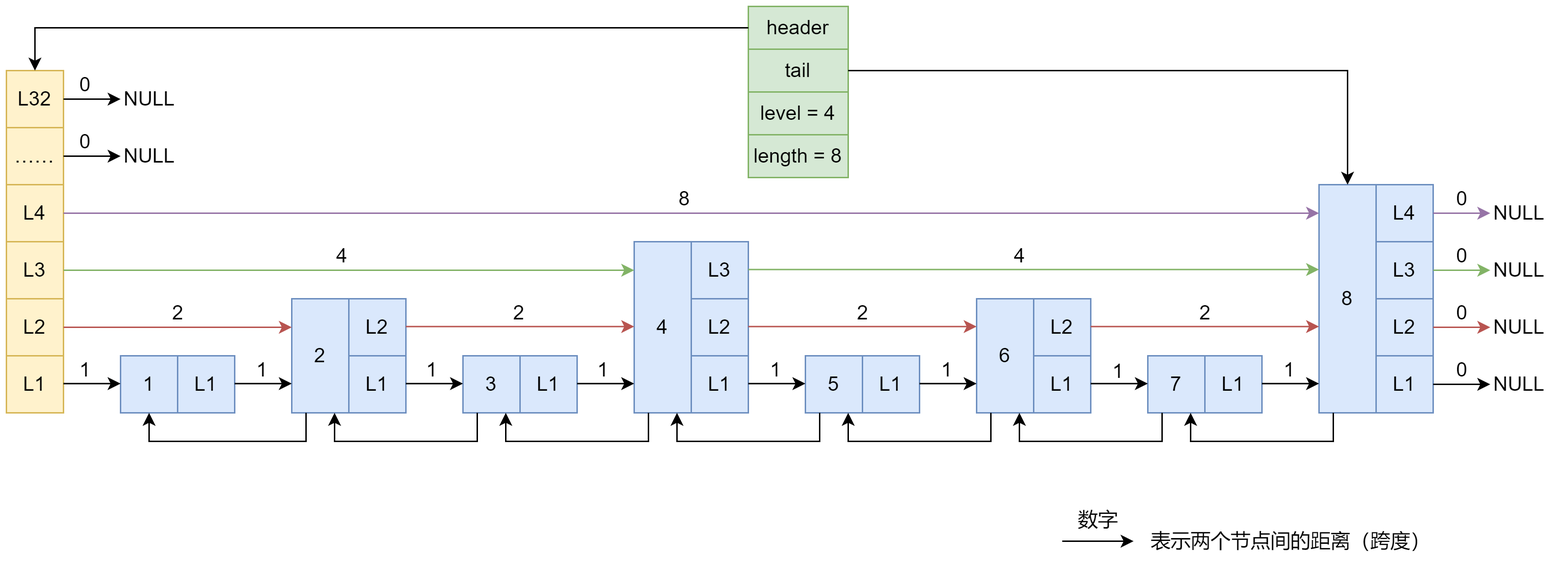
guxdong/imgrepo keeps this draw.io diagram as pic/Redis跳表结构示例.drawio.png. Above is the earlier version. Source tidied: cells renumbered, new cells last; positions are measured from the earlier drawing's top-left corner, leaving out a move shared by most shapes.
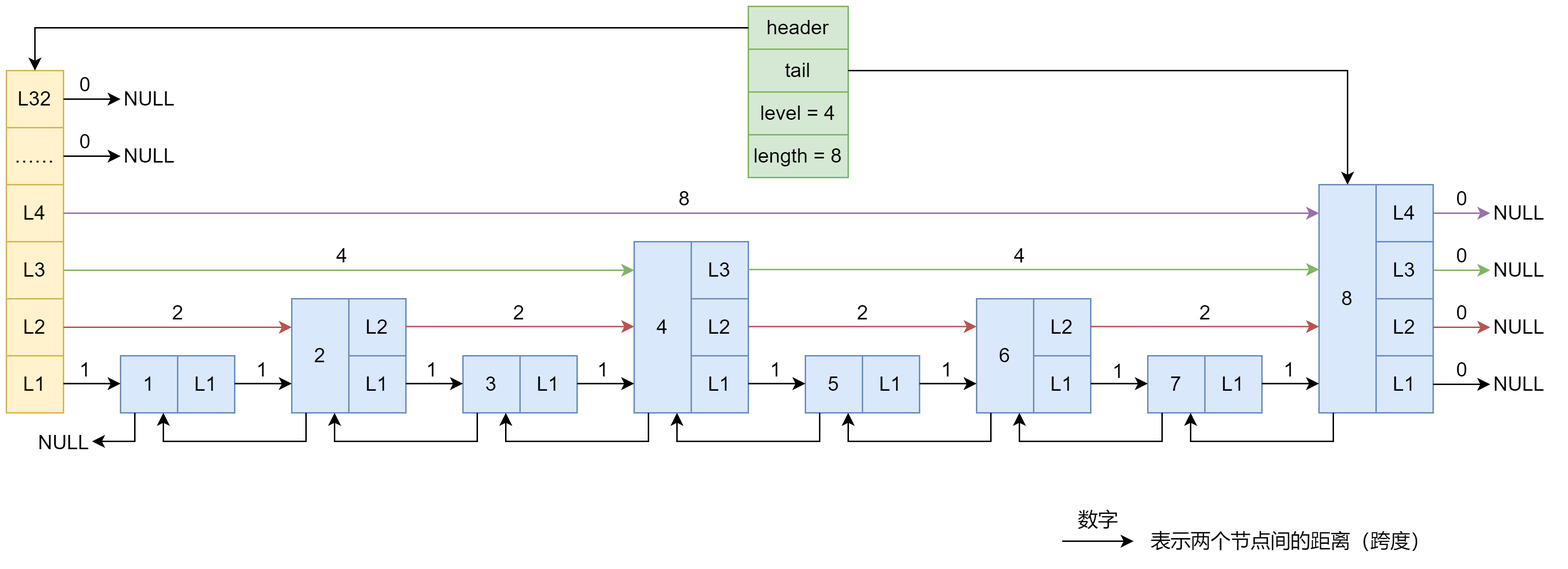
Later version of the same file.

Commit message:
已添加 Redis跳表结构示例.drawio.png

What changed in the source:
```diff
@@ -128,7 +128,7 @@
         <mxPoint x="920" y="264.5" as="targetPoint" />
       </mxGeometry>
     </mxCell>
-    <mxCell id="37" style="edgeStyle=elbowEdgeStyle;elbow=vertical;endArrow=classic;html=1;rounded=0;fontSize=14;entryX=0.5;entryY=1;entryDx=0;entryDy=0;exitX=0.25;exitY=1;exitDx=0;exitDy=0;" parent="1" edge="1" source="4" target="3">
+    <mxCell id="37" style="edgeStyle=elbowEdgeStyle;elbow=vertical;endArrow=classic;html=1;rounded=0;fontSize=14;entryX=0.75;entryY=1;entryDx=0;entryDy=0;exitX=0.25;exitY=1;exitDx=0;exitDy=0;" parent="1" edge="1" source="4" target="3">
       <mxGeometry relative="1" as="geometry">
         <Array as="points">
           <mxPoint x="170" y="305" />
@@ -374,5 +374,17 @@
     <mxCell id="94" value="表示两个节点间的距离（跨度）" style="text;html=1;align=center;verticalAlign=middle;strokeColor=none;fillColor=none;fontSize=14;" parent="1" vertex="1">
       <mxGeometry x="790" y="360" width="220" height="30" as="geometry" />
     </mxCell>
+    <mxCell id="95" style="edgeStyle=elbowEdgeStyle;elbow=vertical;endArrow=classic;html=1;rounded=0;fontSize=14;exitX=0.25;exitY=1;exitDx=0;exitDy=0;" parent="1" edge="1" source="3">
+      <mxGeometry relative="1" as="geometry">
+        <mxPoint x="60" y="305" as="targetPoint" />
+        <Array as="points">
+          <mxPoint x="80" y="305" />
+          <mxPoint x="70" y="305" />
+        </Array>
+      </mxGeometry>
+    </mxCell>
+    <mxCell id="96" value="NULL" style="text;html=1;align=center;verticalAlign=middle;strokeColor=none;fillColor=none;fontSize=14;" parent="1" vertex="1">
+      <mxGeometry x="10" y="291" width="60" height="30" as="geometry" />
+    </mxCell>
   </root>
 </mxGraphModel>
```
